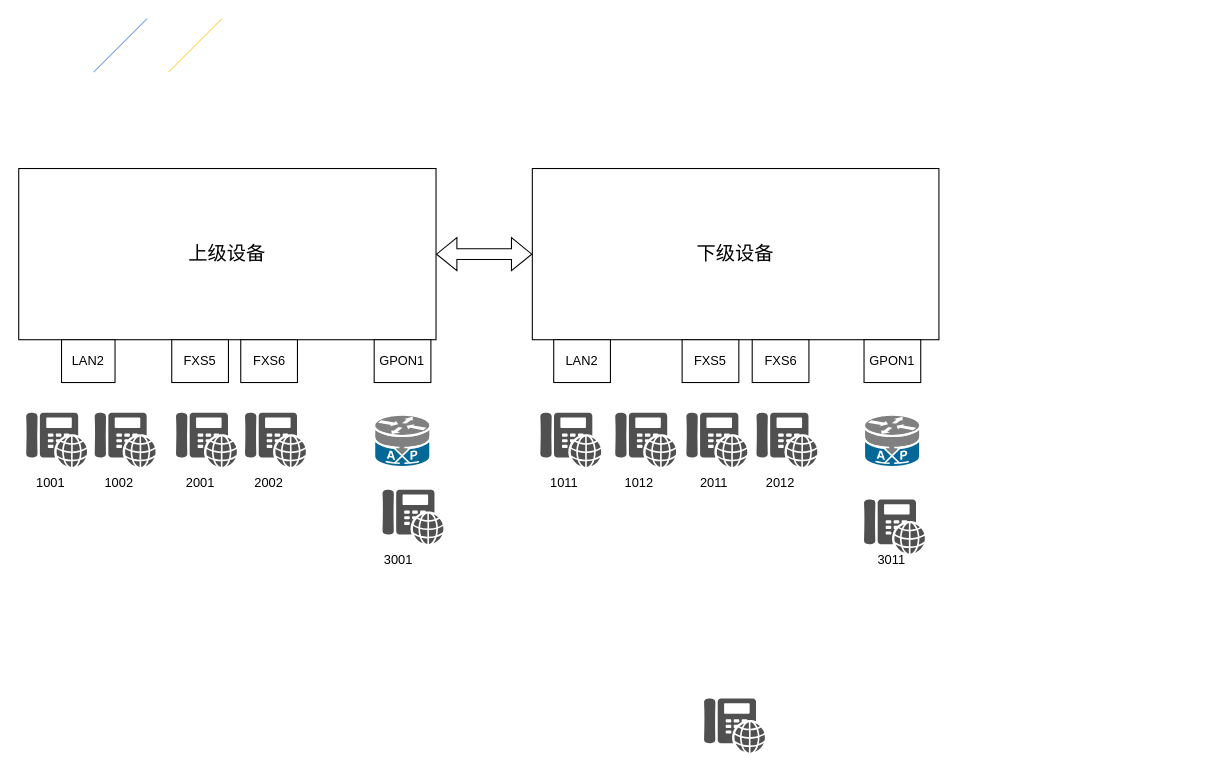
The draw.io diagram page "cascade_pbx_topo" (2 of 2) of f5g_mt7988.drawio in waterwatermelon/graph, before the edit. Source tidied: cells renumbered, new cells numbered last; positions are measured from the earlier drawing's top-left corner, leaving out a move shared by most shapes. Both pictures are drawn from the tidied source at 107%, with x=0, y=0 at pixel (18, 18).
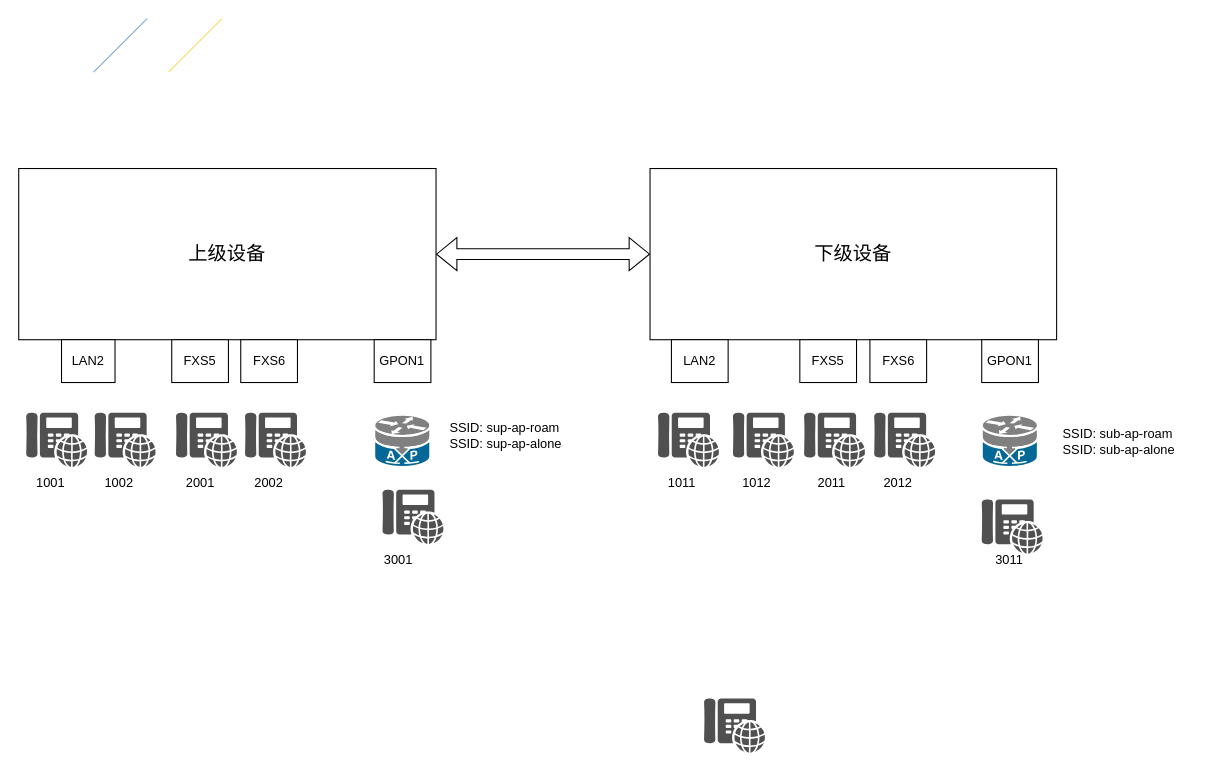
The same diagram, later.

The edit, as a diff of the source:
```diff
@@
     <mxCell id="3" value="&lt;font style=&quot;font-size: 18px;&quot;&gt;下级设备&lt;/font&gt;" style="rounded=0;whiteSpace=wrap;html=1;" parent="1" vertex="1">
-      <mxGeometry x="480" y="140" width="380" height="160" as="geometry" />
+      <mxGeometry x="590" y="140" width="380" height="160" as="geometry" />
     </mxCell>
@@
     <mxCell id="7" style="sketch=0;shadow=0;dashed=0;html=1;strokeColor=none;fillColor=#505050;labelPosition=center;verticalLabelPosition=bottom;verticalAlign=top;align=center;shape=mxgraph.office.devices.phone_voip;" parent="1" vertex="1">
-      <mxGeometry x="624" y="368" width="57" height="51" as="geometry" />
+      <mxGeometry x="734" y="368" width="57" height="51" as="geometry" />
     </mxCell>
@@
     <mxCell id="10" style="sketch=0;shadow=0;dashed=0;html=1;strokeColor=none;fillColor=#505050;labelPosition=center;verticalLabelPosition=bottom;verticalAlign=top;align=center;shape=mxgraph.office.devices.phone_voip;" parent="1" vertex="1">
-      <mxGeometry x="790" y="449" width="57" height="51" as="geometry" />
+      <mxGeometry x="900" y="449" width="57" height="51" as="geometry" />
     </mxCell>
     <mxCell id="11" style="sketch=0;shadow=0;dashed=0;html=1;strokeColor=none;fillColor=#505050;labelPosition=center;verticalLabelPosition=bottom;verticalAlign=top;align=center;shape=mxgraph.office.devices.phone_voip;" parent="1" vertex="1">
-      <mxGeometry x="487.5" y="368" width="57" height="51" as="geometry" />
+      <mxGeometry x="597.5" y="368" width="57" height="51" as="geometry" />
     </mxCell>
@@
     <mxCell id="14" value="LAN2" style="rounded=0;whiteSpace=wrap;html=1;" parent="1" vertex="1">
-      <mxGeometry x="500" y="300" width="53" height="40" as="geometry" />
+      <mxGeometry x="610" y="300" width="53" height="40" as="geometry" />
     </mxCell>
     <mxCell id="15" value="FXS5" style="rounded=0;whiteSpace=wrap;html=1;" parent="1" vertex="1">
-      <mxGeometry x="620" y="300" width="53" height="40" as="geometry" />
+      <mxGeometry x="730" y="300" width="53" height="40" as="geometry" />
     </mxCell>
@@
     <mxCell id="17" style="shape=mxgraph.cisco.misc.axp;sketch=0;html=1;dashed=0;fillColor=#036897;strokeColor=#ffffff;strokeWidth=2;verticalLabelPosition=bottom;verticalAlign=top;align=center;" parent="1" vertex="1">
-      <mxGeometry x="790" y="370" width="52.5" height="49" as="geometry" />
+      <mxGeometry x="900" y="370" width="52.5" height="49" as="geometry" />
     </mxCell>
     <mxCell id="18" value="GPON1" style="rounded=0;whiteSpace=wrap;html=1;" parent="1" vertex="1">
-      <mxGeometry x="790" y="300" width="53" height="40" as="geometry" />
+      <mxGeometry x="900" y="300" width="53" height="40" as="geometry" />
     </mxCell>
@@
     <mxCell id="27" value="1011" style="text;html=1;align=center;verticalAlign=middle;whiteSpace=wrap;rounded=0;" parent="1" vertex="1">
-      <mxGeometry x="480" y="419" width="60" height="30" as="geometry" />
+      <mxGeometry x="590" y="419" width="60" height="30" as="geometry" />
     </mxCell>
     <mxCell id="28" style="sketch=0;shadow=0;dashed=0;html=1;strokeColor=none;fillColor=#505050;labelPosition=center;verticalLabelPosition=bottom;verticalAlign=top;align=center;shape=mxgraph.office.devices.phone_voip;" parent="1" vertex="1">
-      <mxGeometry x="689.5" y="368" width="57" height="51" as="geometry" />
+      <mxGeometry x="799.5" y="368" width="57" height="51" as="geometry" />
     </mxCell>
     <mxCell id="29" value="FXS6" style="rounded=0;whiteSpace=wrap;html=1;" parent="1" vertex="1">
-      <mxGeometry x="685.5" y="300" width="53" height="40" as="geometry" />
+      <mxGeometry x="795.5" y="300" width="53" height="40" as="geometry" />
     </mxCell>
     <mxCell id="30" value="2011" style="text;html=1;align=center;verticalAlign=middle;whiteSpace=wrap;rounded=0;" parent="1" vertex="1">
-      <mxGeometry x="620" y="419" width="60" height="30" as="geometry" />
+      <mxGeometry x="730" y="419" width="60" height="30" as="geometry" />
     </mxCell>
     <mxCell id="31" value="2012" style="text;html=1;align=center;verticalAlign=middle;whiteSpace=wrap;rounded=0;" parent="1" vertex="1">
-      <mxGeometry x="682" y="419" width="60" height="30" as="geometry" />
+      <mxGeometry x="792" y="419" width="60" height="30" as="geometry" />
     </mxCell>
@@
     <mxCell id="33" value="301&lt;span style=&quot;background-color: initial;&quot;&gt;1&lt;/span&gt;" style="text;html=1;align=center;verticalAlign=middle;whiteSpace=wrap;rounded=0;" parent="1" vertex="1">
-      <mxGeometry x="786.2" y="491" width="60" height="30" as="geometry" />
+      <mxGeometry x="896.2" y="491" width="60" height="30" as="geometry" />
     </mxCell>
@@
     <mxCell id="36" style="sketch=0;shadow=0;dashed=0;html=1;strokeColor=none;fillColor=#505050;labelPosition=center;verticalLabelPosition=bottom;verticalAlign=top;align=center;shape=mxgraph.office.devices.phone_voip;" parent="1" vertex="1">
-      <mxGeometry x="557.5" y="368" width="57" height="51" as="geometry" />
+      <mxGeometry x="667.5" y="368" width="57" height="51" as="geometry" />
     </mxCell>
     <mxCell id="37" value="1012" style="text;html=1;align=center;verticalAlign=middle;whiteSpace=wrap;rounded=0;" parent="1" vertex="1">
-      <mxGeometry x="550" y="419" width="60" height="30" as="geometry" />
+      <mxGeometry x="660" y="419" width="60" height="30" as="geometry" />
     </mxCell>
+    <mxCell id="38" value="SSID: sup-ap-roam&lt;div&gt;SSID: sup-ap-alone&lt;br&gt;&lt;/div&gt;" style="text;strokeColor=none;fillColor=none;align=left;verticalAlign=middle;spacingLeft=4;spacingRight=4;overflow=hidden;whiteSpace=wrap;html=1;" parent="1" vertex="1">
+      <mxGeometry x="397" y="360" width="133" height="60" as="geometry" />
+    </mxCell>
+    <mxCell id="39" value="SSID: sub-ap-roam&lt;div&gt;SSID: sub-ap-alone&lt;br&gt;&lt;/div&gt;" style="text;strokeColor=none;fillColor=none;align=left;verticalAlign=middle;spacingLeft=4;spacingRight=4;overflow=hidden;whiteSpace=wrap;html=1;" parent="1" vertex="1">
+      <mxGeometry x="970" y="370" width="130" height="50" as="geometry" />
+    </mxCell>
```
